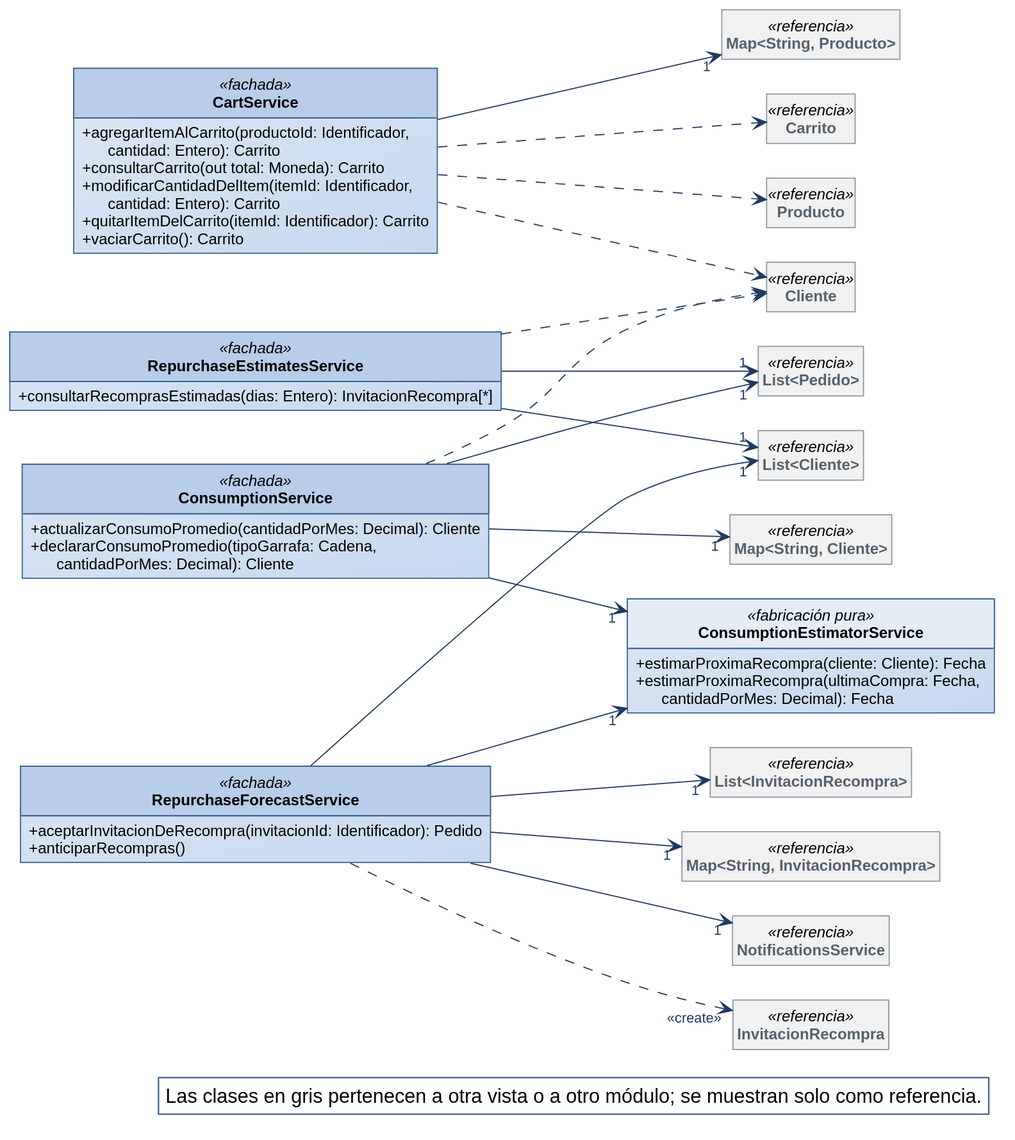
Above: diagramas/clases-diseno/DC_Mod_Carrito-y-recompra.svg in Nahuelito-Dev/splg-docs (PlantUML), before the change.
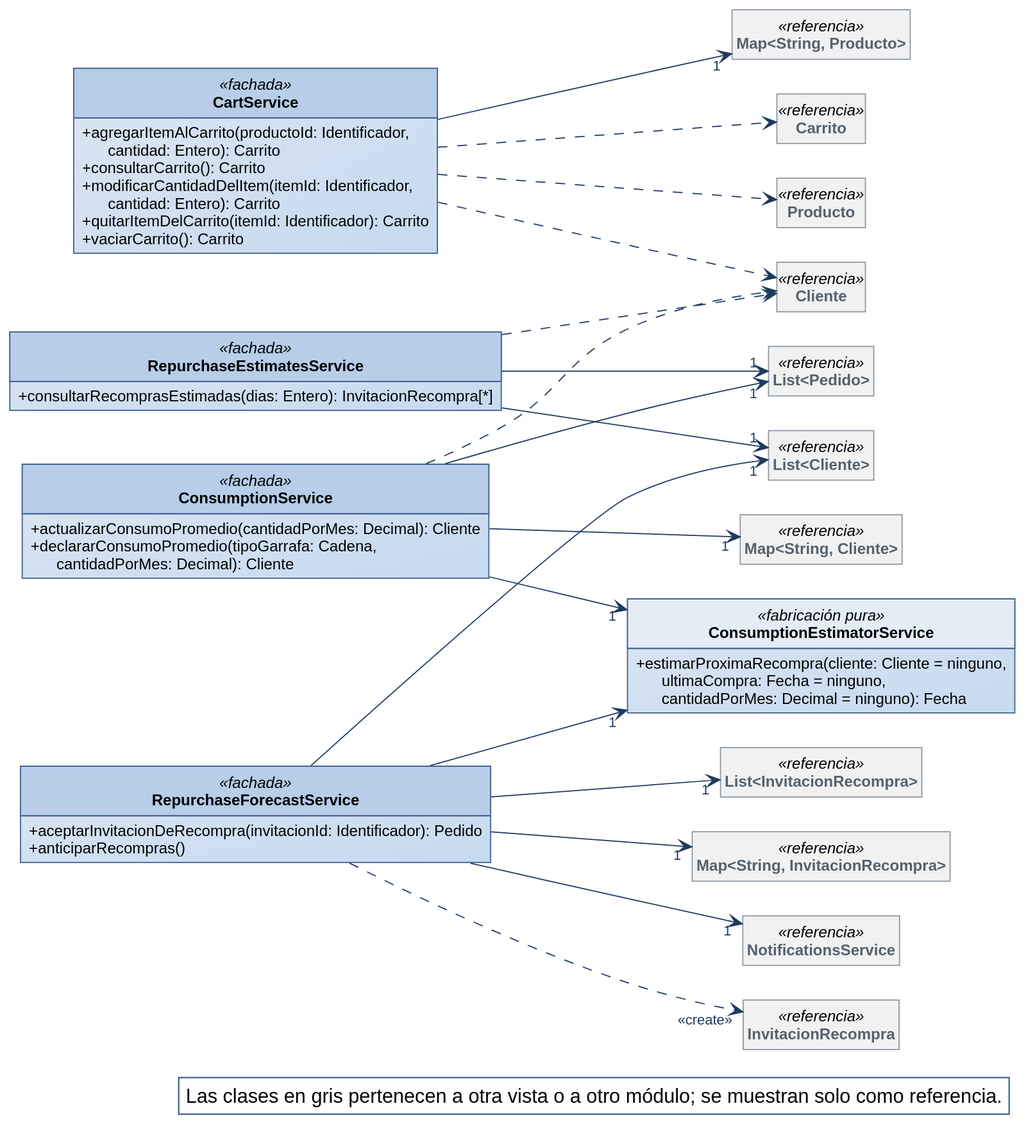
Later version of the same file.

The edit, as a diff of the source:
```diff
@@ -32,7 +32,7 @@
 skinparam ranksep 90
 class CartService <<fachada>> {
   + agregarItemAlCarrito(productoId: Identificador,\n      cantidad: Entero): Carrito
-  + consultarCarrito(out total: Moneda): Carrito
+  + consultarCarrito(): Carrito
   + modificarCantidadDelItem(itemId: Identificador,\n      cantidad: Entero): Carrito
   + quitarItemDelCarrito(itemId: Identificador): Carrito
   + vaciarCarrito(): Carrito
@@ -42,8 +42,7 @@
   + anticiparRecompras()
 }
 class ConsumptionEstimatorService <<fabricación pura>> {
-  + estimarProximaRecompra(cliente: Cliente): Fecha
-  + estimarProximaRecompra(ultimaCompra: Fecha,\n      cantidadPorMes: Decimal): Fecha
+  + estimarProximaRecompra(cliente: Cliente = ninguno,\n      ultimaCompra: Fecha = ninguno,\n      cantidadPorMes: Decimal = ninguno): Fecha
 }
 class ConsumptionService <<fachada>> {
   + actualizarConsumoPromedio(cantidadPorMes: Decimal): Cliente
```
